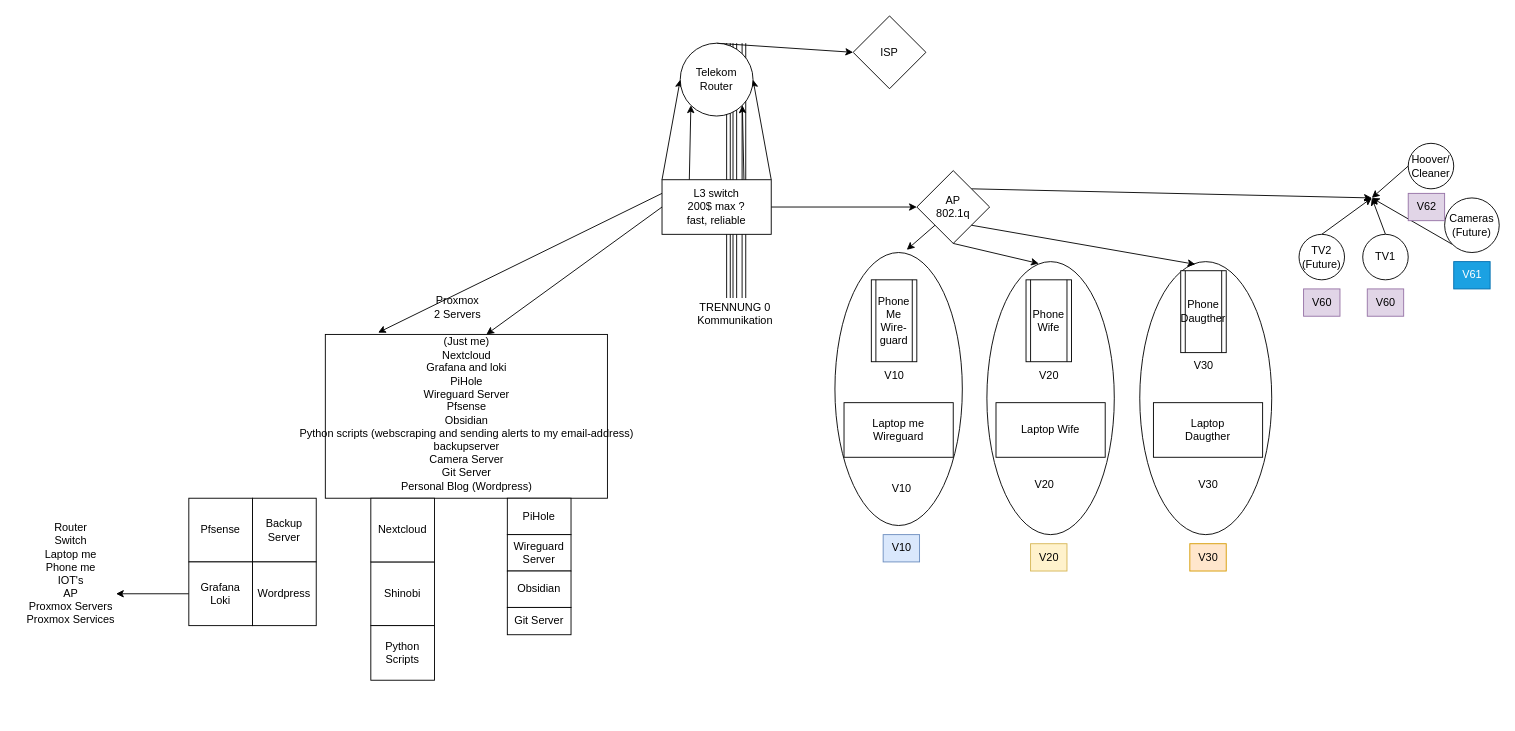
Before: Unbenanntes Diagramm.drawio in Martin9494/flaskgitgithubblog, a draw.io diagram. Source tidied: cells renumbered, new cells numbered last; positions are measured from the earlier drawing's top-left corner, leaving out a move shared by most shapes. Both pictures are drawn from the tidied source at 91%, with x=0, y=0 at pixel (15, 15).
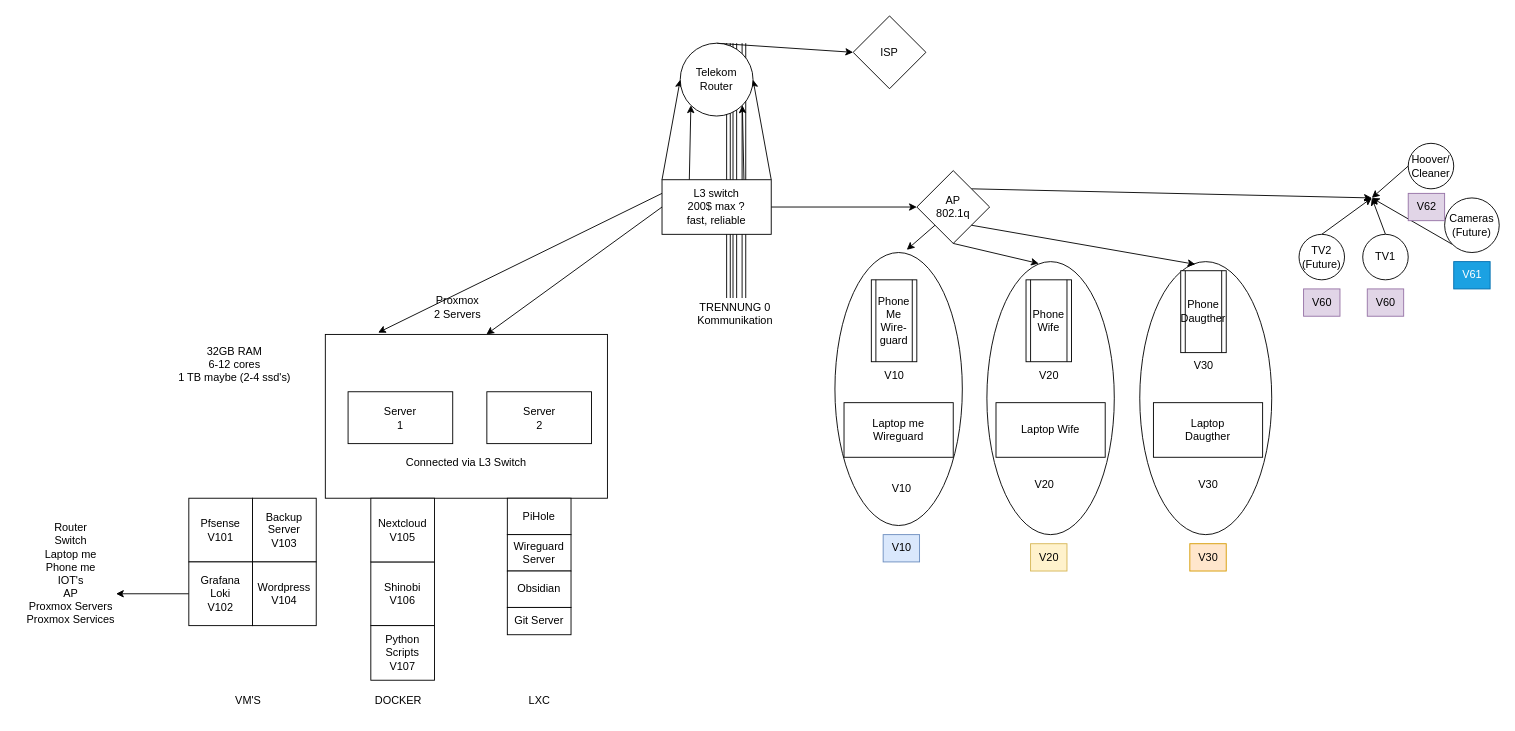
After the change.

Commit message:
homenetwork diagramm

The edit, as a diff of the source:
```diff
@@
-    <mxCell id="18" style="whiteSpace=wrap;html=1;" parent="1" vertex="1">
+    <mxCell id="18" value="&lt;div&gt;&lt;br&gt;&lt;/div&gt;&lt;div&gt;&lt;br&gt;&lt;/div&gt;&lt;div&gt;&lt;br&gt;&lt;/div&gt;&lt;div&gt;&lt;br&gt;&lt;/div&gt;&lt;div&gt;&lt;br&gt;&lt;/div&gt;&lt;div&gt;&lt;br&gt;&lt;/div&gt;&lt;div&gt;&lt;br&gt;&lt;/div&gt;&lt;div&gt;Connected via L3 Switch&lt;br&gt;&lt;/div&gt;" style="whiteSpace=wrap;html=1;" parent="1" vertex="1">
       <mxGeometry x="340" y="350" width="310" height="180" as="geometry" />
     </mxCell>
@@
-    <mxCell id="54" value="&lt;div&gt;&lt;br&gt;&lt;/div&gt;&lt;div&gt;(Just me)&lt;br&gt;&lt;/div&gt;&lt;div&gt;Nextcloud&lt;/div&gt;&lt;div&gt;Grafana and loki&lt;br&gt;&lt;/div&gt;&lt;div&gt;PiHole&lt;br&gt;&lt;/div&gt;&lt;div&gt;Wireguard Server&lt;/div&gt;&lt;div&gt;Pfsense&lt;br&gt;&lt;/div&gt;&lt;div&gt;Obsidian&lt;/div&gt;&lt;div&gt;Python scripts (webscraping and sending alerts to my email-address)&lt;br&gt;&lt;/div&gt;&lt;div&gt;backupserver&lt;/div&gt;&lt;div&gt;Camera Server&lt;/div&gt;&lt;div&gt;Git Server&lt;br&gt;&lt;/div&gt;&lt;div&gt;Personal Blog (Wordpress)&lt;br&gt;&lt;/div&gt;" style="text;html=1;align=center;verticalAlign=middle;strokeColor=none;fillColor=none;" parent="1" vertex="1">
-      <mxGeometry x="295" y="330" width="400" height="200" as="geometry" />
-    </mxCell>
-    <mxCell id="55" value="&lt;div&gt;Backup&lt;/div&gt;&lt;div&gt;Server&lt;br&gt;&lt;/div&gt;" style="whiteSpace=wrap;html=1;" parent="1" vertex="1">
+    <mxCell id="55" value="&lt;div&gt;Backup&lt;/div&gt;&lt;div&gt;Server&lt;br&gt;&lt;/div&gt;&lt;div&gt;V103&lt;br&gt;&lt;/div&gt;" style="whiteSpace=wrap;html=1;" parent="1" vertex="1">
       <mxGeometry x="260" y="530" width="70" height="70" as="geometry" />
     </mxCell>
-    <mxCell id="56" value="&lt;div&gt;Wordpress&lt;br&gt;&lt;/div&gt;" style="whiteSpace=wrap;html=1;" parent="1" vertex="1">
+    <mxCell id="56" value="&lt;div&gt;Wordpress&lt;br&gt;&lt;/div&gt;&lt;div&gt;V104&lt;br&gt;&lt;/div&gt;" style="whiteSpace=wrap;html=1;" parent="1" vertex="1">
       <mxGeometry x="260" y="600" width="70" height="70" as="geometry" />
     </mxCell>
-    <mxCell id="57" value="Shinobi" style="whiteSpace=wrap;html=1;" parent="1" vertex="1">
+    <mxCell id="57" value="&lt;div&gt;Shinobi&lt;/div&gt;&lt;div&gt;V106&lt;br&gt;&lt;/div&gt;" style="whiteSpace=wrap;html=1;" parent="1" vertex="1">
       <mxGeometry x="390" y="600" width="70" height="70" as="geometry" />
     </mxCell>
-    <mxCell id="58" value="Nextcloud" style="whiteSpace=wrap;html=1;" parent="1" vertex="1">
+    <mxCell id="58" value="&lt;div&gt;Nextcloud&lt;/div&gt;&lt;div&gt;V105&lt;br&gt;&lt;/div&gt;" style="whiteSpace=wrap;html=1;" parent="1" vertex="1">
       <mxGeometry x="390" y="530" width="70" height="70" as="geometry" />
     </mxCell>
-    <mxCell id="59" value="Pfsense" style="whiteSpace=wrap;html=1;" parent="1" vertex="1">
+    <mxCell id="59" value="&lt;div&gt;Pfsense&lt;/div&gt;&lt;div&gt;V101&lt;br&gt;&lt;/div&gt;" style="whiteSpace=wrap;html=1;" parent="1" vertex="1">
       <mxGeometry x="190" y="530" width="70" height="70" as="geometry" />
     </mxCell>
@@
-    <mxCell id="63" value="&lt;div&gt;Python &lt;br&gt;&lt;/div&gt;&lt;div&gt;Scripts&lt;br&gt;&lt;/div&gt;" style="whiteSpace=wrap;html=1;" parent="1" vertex="1">
+    <mxCell id="63" value="&lt;div&gt;Python &lt;br&gt;&lt;/div&gt;&lt;div&gt;Scripts&lt;br&gt;&lt;/div&gt;&lt;div&gt;V107&lt;br&gt;&lt;/div&gt;" style="whiteSpace=wrap;html=1;" parent="1" vertex="1">
       <mxGeometry x="390" y="670" width="70" height="60" as="geometry" />
     </mxCell>
@@
-    <mxCell id="66" value="&lt;div&gt;Grafana&lt;/div&gt;&lt;div&gt;Loki&lt;br&gt;&lt;/div&gt;" style="whiteSpace=wrap;html=1;" parent="1" vertex="1">
+    <mxCell id="66" value="&lt;div&gt;Grafana&lt;/div&gt;&lt;div&gt;Loki&lt;br&gt;&lt;/div&gt;&lt;div&gt;V102&lt;br&gt;&lt;/div&gt;" style="whiteSpace=wrap;html=1;" parent="1" vertex="1">
       <mxGeometry x="190" y="600" width="70" height="70" as="geometry" />
     </mxCell>
@@
+    <mxCell id="68" value="DOCKER" style="text;html=1;align=center;verticalAlign=middle;strokeColor=none;fillColor=none;" parent="1" vertex="1">
+      <mxGeometry x="385" y="738" width="70" height="30" as="geometry" />
+    </mxCell>
+    <mxCell id="69" value="VM'S" style="text;html=1;align=center;verticalAlign=middle;strokeColor=none;fillColor=none;" parent="1" vertex="1">
+      <mxGeometry x="230" y="738" width="50" height="30" as="geometry" />
+    </mxCell>
+    <mxCell id="70" value="LXC" style="text;html=1;align=center;verticalAlign=middle;strokeColor=none;fillColor=none;" parent="1" vertex="1">
+      <mxGeometry x="555" y="738" width="40" height="30" as="geometry" />
+    </mxCell>
+    <mxCell id="71" value="&lt;div&gt;32GB RAM&lt;/div&gt;&lt;div&gt;6-12 cores&lt;/div&gt;&lt;div&gt;1 TB maybe (2-4 ssd's)&lt;br&gt;&lt;/div&gt;" style="text;html=1;align=center;verticalAlign=middle;strokeColor=none;fillColor=none;" parent="1" vertex="1">
+      <mxGeometry x="165" y="353" width="150" height="60" as="geometry" />
+    </mxCell>
+    <mxCell id="72" value="&lt;div&gt;Server &lt;br&gt;&lt;/div&gt;&lt;div&gt;1&lt;br&gt;&lt;/div&gt;" style="whiteSpace=wrap;html=1;" parent="1" vertex="1">
+      <mxGeometry x="365" y="413" width="115" height="57" as="geometry" />
+    </mxCell>
+    <mxCell id="73" value="&lt;div&gt;Server&lt;/div&gt;&lt;div&gt;2&lt;br&gt;&lt;/div&gt;" style="whiteSpace=wrap;html=1;" parent="1" vertex="1">
+      <mxGeometry x="517.5" y="413" width="115" height="57" as="geometry" />
+    </mxCell>
```
